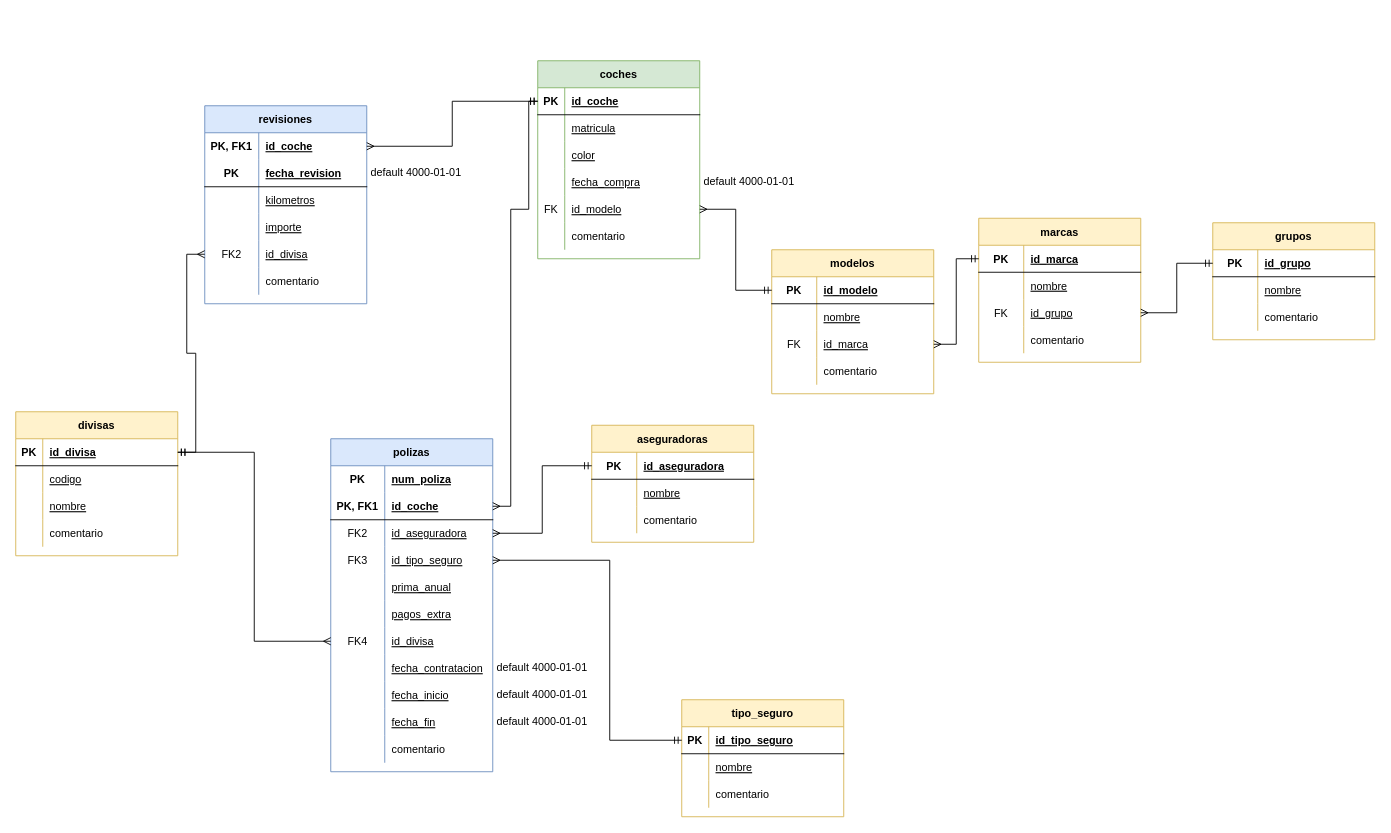
Before: diagrama_ekaterina_eremina.drawio in ekaterinaleks/practica_modelado_datos_sql, a draw.io diagram. Source tidied: cells renumbered, new cells numbered last; positions are measured from the earlier drawing's top-left corner, leaving out a move shared by most shapes. Both pictures are drawn from the tidied source at 90%, with x=0, y=0 at pixel (15, 60).
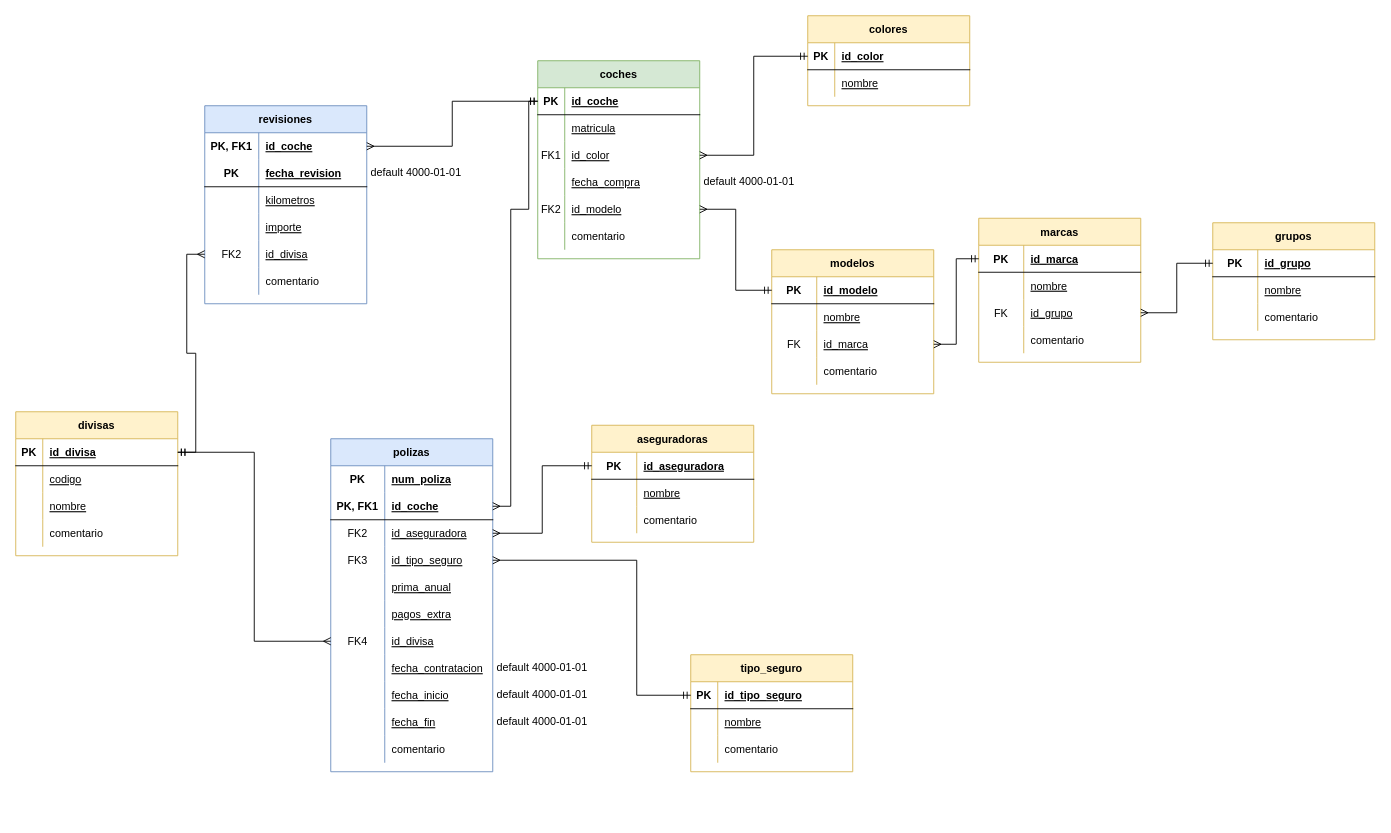
The same page after the edit.

The change refers to these unchanged cells:
```xml
<mxCell id="9" style="shape=tableRow;horizontal=0;startSize=0;swimlaneHead=0;swimlaneBody=0;fillColor=none;points=[[0,0.5],[1,0.5]];portConstraint=eastwest;top=0;left=0;right=0;bottom=0;" parent="2" vertex="1">
  <mxGeometry y="90" width="180" height="30" as="geometry" />
</mxCell>
<mxCell id="15" style="shape=tableRow;horizontal=0;startSize=0;swimlaneHead=0;swimlaneBody=0;fillColor=none;points=[[0,0.5],[1,0.5]];portConstraint=eastwest;top=0;left=0;right=0;bottom=0;" parent="2" vertex="1">
  <mxGeometry y="150" width="180" height="30" as="geometry" />
</mxCell>
<mxCell id="31" style="shape=tableRow;horizontal=0;startSize=0;swimlaneHead=0;swimlaneBody=0;fillColor=none;points=[[0,0.5],[1,0.5]];portConstraint=eastwest;top=0;left=0;right=0;bottom=0;" parent="21" vertex="1">
  <mxGeometry y="120" width="180" height="30" as="geometry" />
</mxCell>
<mxCell id="139" style="shape=tableRow;horizontal=0;startSize=0;swimlaneHead=0;swimlaneBody=0;fillColor=none;points=[[0,0.5],[1,0.5]];portConstraint=eastwest;top=0;left=0;right=0;bottom=1;" parent="138" vertex="1">
  <mxGeometry y="30" width="180" height="30" as="geometry" />
</mxCell>
```

The edit, as a diff of the source:
```diff
@@
-    <mxCell id="10" style="shape=partialRectangle;fillColor=none;top=0;left=0;bottom=0;right=0;overflow=hidden;" parent="9" vertex="1">
+    <mxCell id="10" value="FK1" style="shape=partialRectangle;fillColor=none;top=0;left=0;bottom=0;right=0;overflow=hidden;" parent="9" vertex="1">
       <mxGeometry width="30" height="30" as="geometry" />
     </mxCell>
-    <mxCell id="11" value="color" style="shape=partialRectangle;fillColor=none;top=0;left=0;bottom=0;right=0;align=left;spacingLeft=6;overflow=hidden;fontStyle=4;" parent="9" vertex="1">
+    <mxCell id="11" value="id_color" style="shape=partialRectangle;fillColor=none;top=0;left=0;bottom=0;right=0;align=left;spacingLeft=6;overflow=hidden;fontStyle=4;" parent="9" vertex="1">
       <mxGeometry x="30" width="150" height="30" as="geometry" />
     </mxCell>
@@
-    <mxCell id="16" value="FK" style="shape=partialRectangle;fillColor=none;top=0;left=0;bottom=0;right=0;overflow=hidden;" parent="15" vertex="1">
+    <mxCell id="16" value="FK2" style="shape=partialRectangle;fillColor=none;top=0;left=0;bottom=0;right=0;overflow=hidden;" parent="15" vertex="1">
       <mxGeometry width="30" height="30" as="geometry" />
     </mxCell>
@@
     <mxCell id="138" value="tipo_seguro" style="shape=table;startSize=30;childLayout=tableLayout;rowLines=0;fontStyle=1;align=center;fillColor=#fff2cc;strokeColor=#d6b656;" parent="1" vertex="1">
-      <mxGeometry x="740" y="710" width="180" height="130" as="geometry" />
+      <mxGeometry x="750" y="660" width="180" height="130" as="geometry" />
     </mxCell>
@@
     <mxCell id="155" style="edgeStyle=orthogonalEdgeStyle;rounded=0;jettySize=auto;html=1;exitX=1;exitY=0.5;exitDx=0;exitDy=0;entryX=0;entryY=0.5;entryDx=0;entryDy=0;endArrow=ERmandOne;endFill=0;startArrow=ERmany;startFill=0;" parent="1" edge="1" source="31" target="139">
       <mxGeometry relative="1" as="geometry">
         <Array as="points">
-          <mxPoint x="660" y="555" />
-          <mxPoint x="660" y="755" />
+          <mxPoint x="690" y="555" />
+          <mxPoint x="690" y="705" />
         </Array>
       </mxGeometry>
     </mxCell>
@@
+    <mxCell id="157" value="colores" style="shape=table;startSize=30;childLayout=tableLayout;rowLines=0;fontStyle=1;align=center;fillColor=#fff2cc;strokeColor=#d6b656;" parent="1" vertex="1">
+      <mxGeometry x="880" y="-50" width="180" height="100" as="geometry" />
+    </mxCell>
+    <mxCell id="158" style="shape=tableRow;horizontal=0;startSize=0;swimlaneHead=0;swimlaneBody=0;fillColor=none;points=[[0,0.5],[1,0.5]];portConstraint=eastwest;top=0;left=0;right=0;bottom=1;" parent="157" vertex="1">
+      <mxGeometry y="30" width="180" height="30" as="geometry" />
+    </mxCell>
+    <mxCell id="159" value="PK" style="shape=partialRectangle;fillColor=none;top=0;left=0;bottom=0;right=0;fontStyle=1;overflow=hidden;" parent="158" vertex="1">
+      <mxGeometry width="30" height="30" as="geometry" />
+    </mxCell>
+    <mxCell id="160" value="id_color" style="shape=partialRectangle;fillColor=none;top=0;left=0;bottom=0;right=0;align=left;spacingLeft=6;fontStyle=5;overflow=hidden;" parent="158" vertex="1">
+      <mxGeometry x="30" width="150" height="30" as="geometry" />
+    </mxCell>
+    <mxCell id="161" style="shape=tableRow;horizontal=0;startSize=0;swimlaneHead=0;swimlaneBody=0;fillColor=none;top=0;left=0;right=0;bottom=0;" parent="157" vertex="1">
+      <mxGeometry y="60" width="180" height="30" as="geometry" />
+    </mxCell>
+    <mxCell id="162" style="shape=partialRectangle;fillColor=none;top=0;left=0;bottom=0;right=0;overflow=hidden;" parent="161" vertex="1">
+      <mxGeometry width="30" height="30" as="geometry" />
+    </mxCell>
+    <mxCell id="163" value="nombre" style="shape=partialRectangle;fillColor=none;top=0;left=0;bottom=0;right=0;align=left;spacingLeft=6;overflow=hidden;fontStyle=4;" parent="161" vertex="1">
+      <mxGeometry x="30" width="150" height="30" as="geometry" />
+    </mxCell>
+    <mxCell id="164" style="edgeStyle=orthogonalEdgeStyle;rounded=0;jettySize=auto;html=1;exitX=1;exitY=0.5;exitDx=0;exitDy=0;entryX=0;entryY=0.5;entryDx=0;entryDy=0;endArrow=ERmandOne;endFill=0;startArrow=ERmany;startFill=0;" parent="1" edge="1" source="9" target="158">
+      <mxGeometry relative="1" as="geometry" />
+    </mxCell>
```
